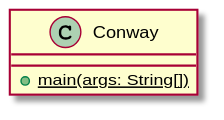
This is class_diagram.svg from INF5153-A20/tp-conway-MaximCrudu, a PlantUML export, as it was before one commit.
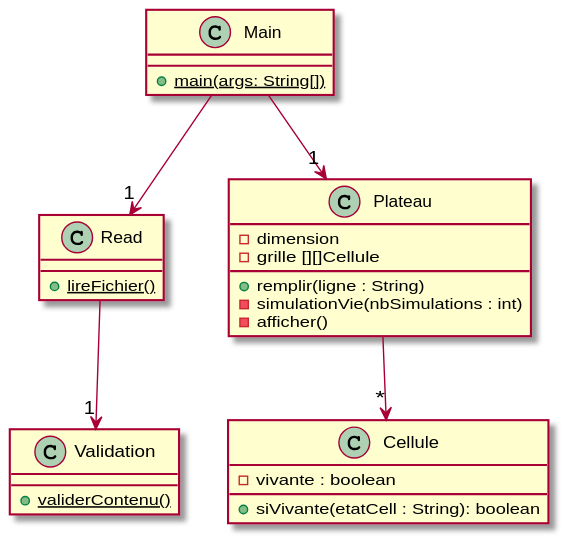
After the change.

Diff of the diagram source:
```diff
@@ -1,5 +1,31 @@
 @startuml
-class Conway {
+class Main {
 	+ {static} main(args: String[])
 }
+
+class Read {
+   + {static} lireFichier()
+}
+
+class Validation {
+   + {static} validerContenu()
+}
+
+class Plateau{
+  - dimension
+  - grille [][]Cellule
+  + remplir(ligne : String)
+  - simulationVie(nbSimulations : int)
+  - afficher()
+}
+
+class Cellule{
+  - vivante : boolean
+  + siVivante(etatCell : String): boolean
+}
+
+Main --> "1" Read
+Read --> "1" Validation
+Main --> "1" Plateau
+Plateau --> "*" Cellule
 @enduml
```
